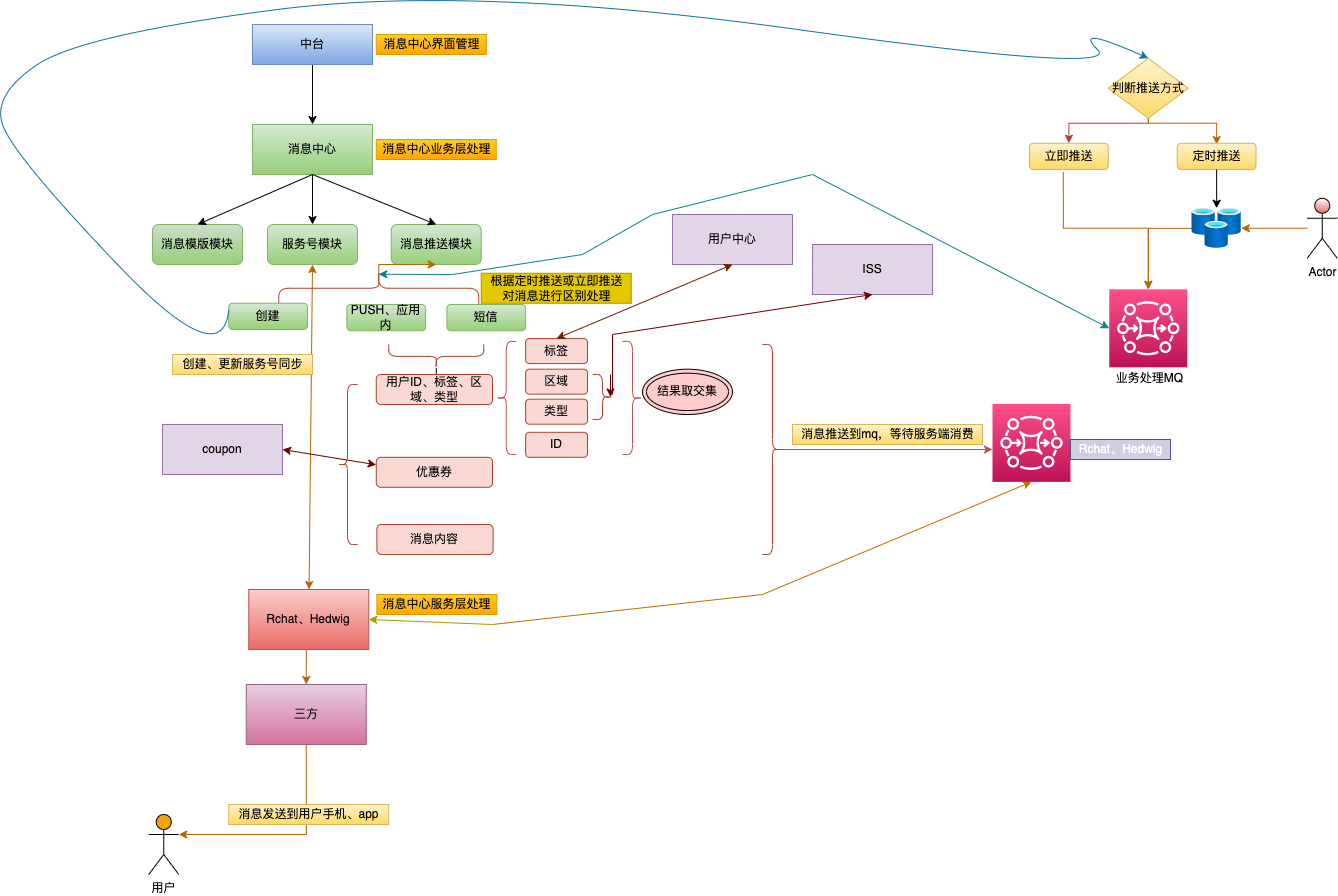
Earlier version of the draw.io export Untitled Diagram.drawio.png (HELLOWXC/drawPicture). Source tidied: cells renumbered, new cells last; positions are measured from the earlier drawing's top-left corner, leaving out a move shared by most shapes.
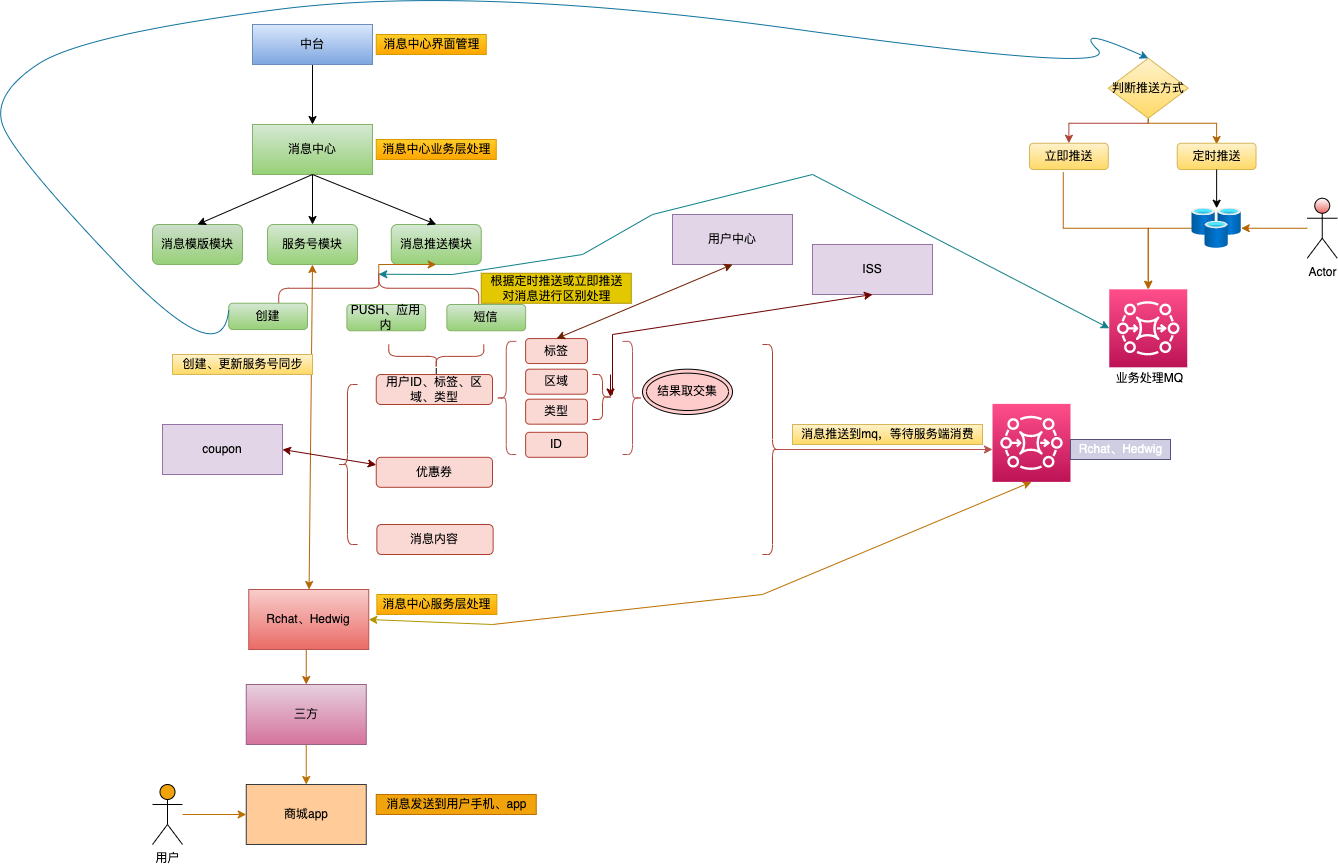
Above is the later version.

Change to the diagram source:
```diff
@@ -60,14 +60,17 @@
     <mxCell id="19" value="消息推送到mq，等待服务端消费" style="text;html=1;align=center;verticalAlign=middle;strokeColor=#d6b656;fillColor=#fff2cc;fontSize=11;gradientColor=#ffd966;" parent="1" vertex="1">
       <mxGeometry x="800" y="440" width="190" height="20" as="geometry" />
     </mxCell>
-    <mxCell id="20" style="edgeStyle=orthogonalEdgeStyle;rounded=0;jettySize=auto;html=1;exitX=0.5;exitY=1;exitDx=0;exitDy=0;fontSize=11;fillColor=#fad7ac;strokeColor=#b46504;entryX=1;entryY=0.3333333333333333;entryDx=0;entryDy=0;entryPerimeter=0;" parent="1" edge="1" source="21" target="22">
-      <mxGeometry relative="1" as="geometry" />
-    </mxCell>
+    <mxCell id="71" style="edgeStyle=orthogonalEdgeStyle;rounded=0;jettySize=auto;html=1;entryX=0.5;entryY=0;entryDx=0;entryDy=0;strokeColor=#BD7000;fillColor=#f0a30a;" parent="1" edge="1" source="21" target="73">
+      <mxGeometry relative="1" as="geometry" />
+    </mxCell>
     <mxCell id="21" value="三方" style="whiteSpace=wrap;html=1;rounded=0;fillColor=#e6d0de;gradientColor=#d5739d;strokeColor=#996185;" parent="1" vertex="1">
       <mxGeometry x="253.8" y="700" width="120" height="60" as="geometry" />
     </mxCell>
+    <mxCell id="72" style="edgeStyle=orthogonalEdgeStyle;rounded=0;jettySize=auto;html=1;entryX=0;entryY=0.5;entryDx=0;entryDy=0;fillColor=#f0a30a;strokeColor=#BD7000;" parent="1" edge="1" source="22" target="73">
+      <mxGeometry relative="1" as="geometry" />
+    </mxCell>
     <mxCell id="22" value="用户" style="shape=umlActor;verticalLabelPosition=bottom;verticalAlign=top;html=1;fontSize=11;fillColor=#F0A30A;" parent="1" vertex="1">
-      <mxGeometry x="156.2" y="830" width="30" height="60" as="geometry" />
+      <mxGeometry x="160" y="800" width="30" height="60" as="geometry" />
     </mxCell>
     <mxCell id="23" style="endArrow=classic;html=1;rounded=0;fontSize=11;entryX=0.5;entryY=0;entryDx=0;entryDy=0;" parent="1" edge="1" target="6">
       <mxGeometry relative="1" as="geometry">
@@ -85,8 +88,8 @@
     <mxCell id="26" value="消息中心业务层处理" style="text;html=1;align=center;verticalAlign=middle;strokeColor=#d79b00;fillColor=#ffcd28;fontSize=11;gradientColor=#ffa500;" parent="1" vertex="1">
       <mxGeometry x="383.8" y="155" width="120" height="20" as="geometry" />
     </mxCell>
-    <mxCell id="27" value="消息发送到用户手机、app" style="text;html=1;align=center;verticalAlign=middle;strokeColor=#d6b656;fillColor=#fff2cc;fontSize=11;gradientColor=#ffd966;" parent="1" vertex="1">
-      <mxGeometry x="236.2" y="820" width="160" height="20" as="geometry" />
+    <mxCell id="27" value="消息发送到用户手机、app" style="text;html=1;align=center;verticalAlign=middle;strokeColor=#BD7000;fillColor=#f0a30a;fontSize=11;fontColor=#000000;" parent="1" vertex="1">
+      <mxGeometry x="383.8" y="810" width="160" height="20" as="geometry" />
     </mxCell>
     <mxCell id="28" value="用户ID、标签、区域、类型" style="whiteSpace=wrap;html=1;fontSize=11;fillColor=#fad9d5;strokeColor=#ae4132;rounded=1;" parent="1" vertex="1">
       <mxGeometry x="383.8" y="390" width="116.2" height="30" as="geometry" />
@@ -266,5 +269,8 @@
         </Array>
       </mxGeometry>
     </mxCell>
+    <mxCell id="73" value="商城app" style="whiteSpace=wrap;html=1;rounded=0;fillColor=#ffcc99;strokeColor=#36393d;" parent="1" vertex="1">
+      <mxGeometry x="253.8" y="800" width="120" height="60" as="geometry" />
+    </mxCell>
   </root>
 </mxGraphModel>
```
